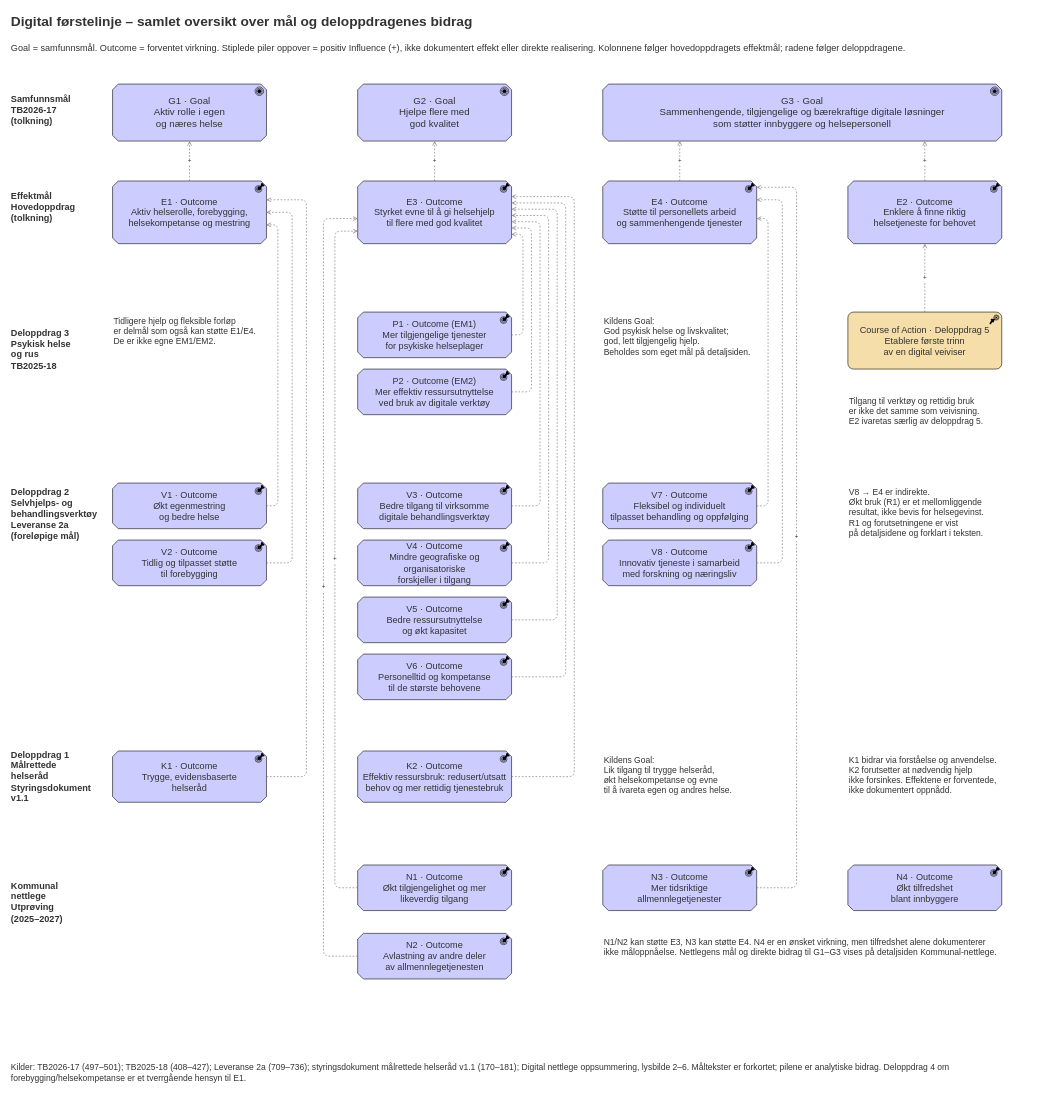
The draw.io diagram page "DF-samlet-oversikt" (1 of 6) of docs/interessent/malbilde-analyse.drawio in hdir/Digital-Forstelinje, before the edit. Source tidied: cells renumbered, new cells numbered last; positions are measured from the earlier drawing's top-left corner, leaving out a move shared by most shapes. Both pictures are drawn from the tidied source at 57%, with x=0, y=0 at pixel (10, 10).
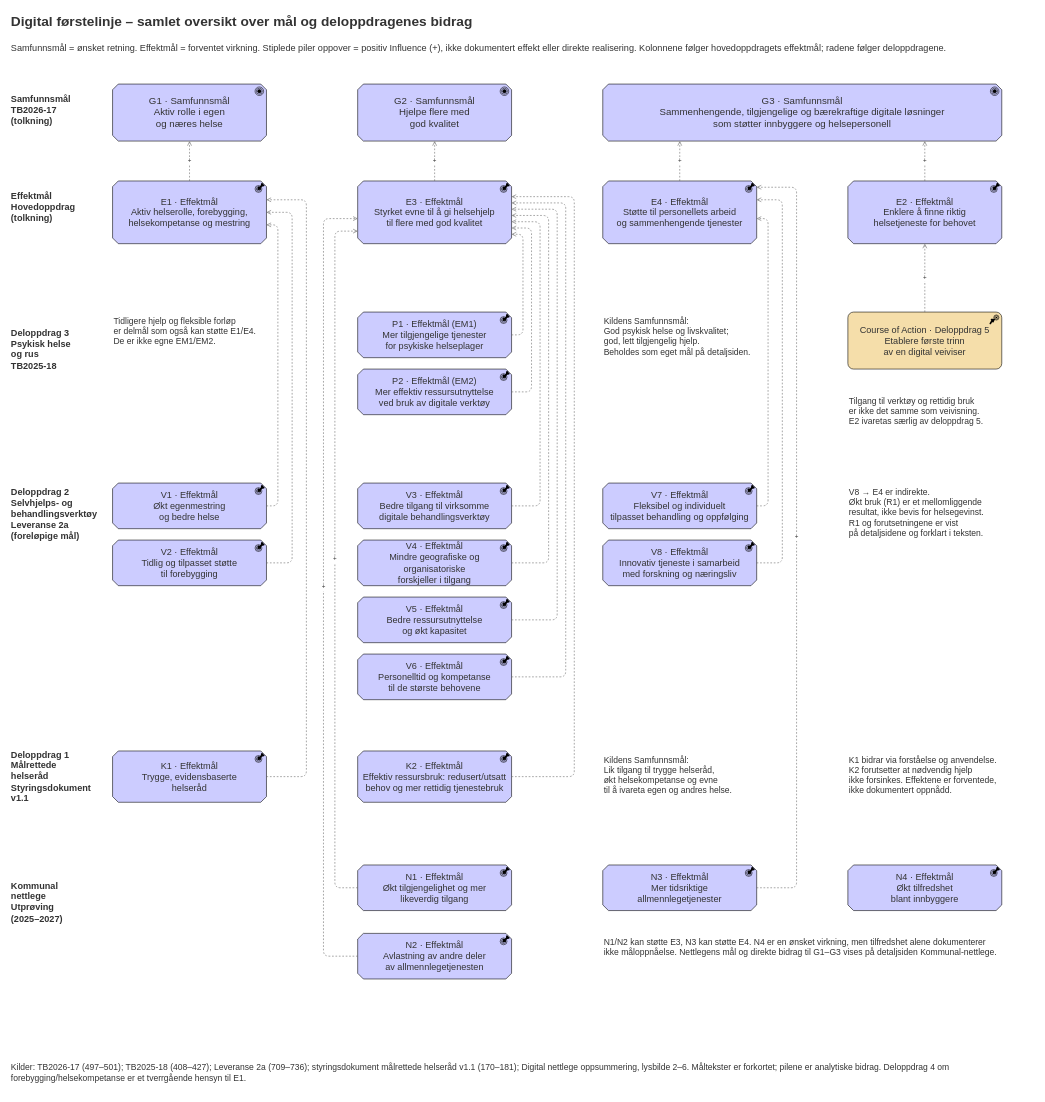
The same page after the edit.

Diff of the diagram source:
```diff
@@
-    <mxCell id="3" value="Goal = samfunnsmål. Outcome = forventet virkning. Stiplede piler oppover = positiv Influence (+), ikke dokumentert effekt eller direkte realisering. Kolonnene følger hovedoppdragets effektmål; radene følger deloppdragene." style="text;html=1;whiteSpace=wrap;align=left;fontSize=16;fontColor=#333333;" parent="1" vertex="1">
+    <mxCell id="3" value="Samfunnsmål = ønsket retning. Effektmål = forventet virkning. Stiplede piler oppover = positiv Influence (+), ikke dokumentert effekt eller direkte realisering. Kolonnene følger hovedoppdragets effektmål; radene følger deloppdragene." style="text;html=1;whiteSpace=wrap;align=left;fontSize=16;fontColor=#333333;" parent="1" vertex="1">
       <mxGeometry y="50" width="1800" height="60" as="geometry" />
     </mxCell>
@@
-    <mxCell id="5" value="G1 · Goal&lt;br&gt;Aktiv rolle i egen&lt;br&gt;og næres helse" style="html=1;whiteSpace=wrap;shape=mxgraph.archimate3.application;appType=goal;archiType=oct;fillColor=#CCCCFF;fontColor=#333333;fontSize=17;" parent="1" vertex="1">
+    <mxCell id="5" value="G1 · Samfunnsmål&lt;br&gt;Aktiv rolle i egen&lt;br&gt;og næres helse" style="html=1;whiteSpace=wrap;shape=mxgraph.archimate3.application;appType=goal;archiType=oct;fillColor=#CCCCFF;fontColor=#333333;fontSize=17;" parent="1" vertex="1">
       <mxGeometry x="180" y="130" width="270" height="100" as="geometry" />
     </mxCell>
-    <mxCell id="6" value="G2 · Goal&lt;br&gt;Hjelpe flere med&lt;br&gt;god kvalitet" style="html=1;whiteSpace=wrap;shape=mxgraph.archimate3.application;appType=goal;archiType=oct;fillColor=#CCCCFF;fontColor=#333333;fontSize=17;" parent="1" vertex="1">
+    <mxCell id="6" value="G2 · Samfunnsmål&lt;br&gt;Hjelpe flere med&lt;br&gt;god kvalitet" style="html=1;whiteSpace=wrap;shape=mxgraph.archimate3.application;appType=goal;archiType=oct;fillColor=#CCCCFF;fontColor=#333333;fontSize=17;" parent="1" vertex="1">
       <mxGeometry x="610" y="130" width="270" height="100" as="geometry" />
     </mxCell>
-    <mxCell id="7" value="G3 · Goal&lt;br&gt;Sammenhengende, tilgjengelige og bærekraftige digitale løsninger&lt;br&gt;som støtter innbyggere og helsepersonell" style="html=1;whiteSpace=wrap;shape=mxgraph.archimate3.application;appType=goal;archiType=oct;fillColor=#CCCCFF;fontColor=#333333;fontSize=17;" parent="1" vertex="1">
+    <mxCell id="7" value="G3 · Samfunnsmål&lt;br&gt;Sammenhengende, tilgjengelige og bærekraftige digitale løsninger&lt;br&gt;som støtter innbyggere og helsepersonell" style="html=1;whiteSpace=wrap;shape=mxgraph.archimate3.application;appType=goal;archiType=oct;fillColor=#CCCCFF;fontColor=#333333;fontSize=17;" parent="1" vertex="1">
       <mxGeometry x="1040" y="130" width="700" height="100" as="geometry" />
     </mxCell>
@@
-    <mxCell id="9" value="E1 · Outcome&lt;br&gt;Aktiv helserolle, forebygging,&lt;br&gt;helsekompetanse og mestring" style="html=1;whiteSpace=wrap;shape=mxgraph.archimate3.application;appType=outcome;archiType=oct;fillColor=#CCCCFF;fontColor=#333333;fontSize=16;" parent="1" vertex="1">
+    <mxCell id="9" value="E1 · Effektmål&lt;br&gt;Aktiv helserolle, forebygging,&lt;br&gt;helsekompetanse og mestring" style="html=1;whiteSpace=wrap;shape=mxgraph.archimate3.application;appType=outcome;archiType=oct;fillColor=#CCCCFF;fontColor=#333333;fontSize=16;" parent="1" vertex="1">
       <mxGeometry x="180" y="300" width="270" height="110" as="geometry" />
     </mxCell>
-    <mxCell id="10" value="E3 · Outcome&lt;br&gt;Styrket evne til å gi helsehjelp&lt;br&gt;til flere med god kvalitet" style="html=1;whiteSpace=wrap;shape=mxgraph.archimate3.application;appType=outcome;archiType=oct;fillColor=#CCCCFF;fontColor=#333333;fontSize=16;" parent="1" vertex="1">
+    <mxCell id="10" value="E3 · Effektmål&lt;br&gt;Styrket evne til å gi helsehjelp&lt;br&gt;til flere med god kvalitet" style="html=1;whiteSpace=wrap;shape=mxgraph.archimate3.application;appType=outcome;archiType=oct;fillColor=#CCCCFF;fontColor=#333333;fontSize=16;" parent="1" vertex="1">
       <mxGeometry x="610" y="300" width="270" height="110" as="geometry" />
     </mxCell>
-    <mxCell id="11" value="E4 · Outcome&lt;br&gt;Støtte til personellets arbeid&lt;br&gt;og sammenhengende tjenester" style="html=1;whiteSpace=wrap;shape=mxgraph.archimate3.application;appType=outcome;archiType=oct;fillColor=#CCCCFF;fontColor=#333333;fontSize=16;" parent="1" vertex="1">
+    <mxCell id="11" value="E4 · Effektmål&lt;br&gt;Støtte til personellets arbeid&lt;br&gt;og sammenhengende tjenester" style="html=1;whiteSpace=wrap;shape=mxgraph.archimate3.application;appType=outcome;archiType=oct;fillColor=#CCCCFF;fontColor=#333333;fontSize=16;" parent="1" vertex="1">
       <mxGeometry x="1040" y="300" width="270" height="110" as="geometry" />
     </mxCell>
-    <mxCell id="12" value="E2 · Outcome&lt;br&gt;Enklere å finne riktig&lt;br&gt;helsetjeneste for behovet" style="html=1;whiteSpace=wrap;shape=mxgraph.archimate3.application;appType=outcome;archiType=oct;fillColor=#CCCCFF;fontColor=#333333;fontSize=16;" parent="1" vertex="1">
+    <mxCell id="12" value="E2 · Effektmål&lt;br&gt;Enklere å finne riktig&lt;br&gt;helsetjeneste for behovet" style="html=1;whiteSpace=wrap;shape=mxgraph.archimate3.application;appType=outcome;archiType=oct;fillColor=#CCCCFF;fontColor=#333333;fontSize=16;" parent="1" vertex="1">
       <mxGeometry x="1470" y="300" width="270" height="110" as="geometry" />
     </mxCell>
@@
-    <mxCell id="14" value="P1 · Outcome (EM1)&lt;br&gt;Mer tilgjengelige tjenester&lt;br&gt;for psykiske helseplager" style="html=1;whiteSpace=wrap;shape=mxgraph.archimate3.application;appType=outcome;archiType=oct;fillColor=#CCCCFF;fontColor=#333333;fontSize=16;" parent="1" vertex="1">
+    <mxCell id="14" value="P1 · Effektmål (EM1)&lt;br&gt;Mer tilgjengelige tjenester&lt;br&gt;for psykiske helseplager" style="html=1;whiteSpace=wrap;shape=mxgraph.archimate3.application;appType=outcome;archiType=oct;fillColor=#CCCCFF;fontColor=#333333;fontSize=16;" parent="1" vertex="1">
       <mxGeometry x="610" y="530" width="270" height="80" as="geometry" />
     </mxCell>
-    <mxCell id="15" value="P2 · Outcome (EM2)&lt;br&gt;Mer effektiv ressursutnyttelse&lt;br&gt;ved bruk av digitale verktøy" style="html=1;whiteSpace=wrap;shape=mxgraph.archimate3.application;appType=outcome;archiType=oct;fillColor=#CCCCFF;fontColor=#333333;fontSize=16;" parent="1" vertex="1">
+    <mxCell id="15" value="P2 · Effektmål (EM2)&lt;br&gt;Mer effektiv ressursutnyttelse&lt;br&gt;ved bruk av digitale verktøy" style="html=1;whiteSpace=wrap;shape=mxgraph.archimate3.application;appType=outcome;archiType=oct;fillColor=#CCCCFF;fontColor=#333333;fontSize=16;" parent="1" vertex="1">
       <mxGeometry x="610" y="630" width="270" height="80" as="geometry" />
     </mxCell>
@@
-    <mxCell id="17" value="Kildens Goal:&lt;br&gt;God psykisk helse og livskvalitet;&lt;br&gt;god, lett tilgjengelig hjelp.&lt;br&gt;Beholdes som eget mål på detaljsiden." style="text;html=1;whiteSpace=wrap;align=left;fontSize=15;fontColor=#333333;" parent="1" vertex="1">
+    <mxCell id="17" value="Kildens Samfunnsmål:&lt;br&gt;God psykisk helse og livskvalitet;&lt;br&gt;god, lett tilgjengelig hjelp.&lt;br&gt;Beholdes som eget mål på detaljsiden." style="text;html=1;whiteSpace=wrap;align=left;fontSize=15;fontColor=#333333;" parent="1" vertex="1">
       <mxGeometry x="1040" y="530" width="270" height="140" as="geometry" />
     </mxCell>
@@
-    <mxCell id="21" value="V1 · Outcome&lt;br&gt;Økt egenmestring&lt;br&gt;og bedre helse" style="html=1;whiteSpace=wrap;shape=mxgraph.archimate3.application;appType=outcome;archiType=oct;fillColor=#CCCCFF;fontColor=#333333;fontSize=16;" parent="1" vertex="1">
+    <mxCell id="21" value="V1 · Effektmål&lt;br&gt;Økt egenmestring&lt;br&gt;og bedre helse" style="html=1;whiteSpace=wrap;shape=mxgraph.archimate3.application;appType=outcome;archiType=oct;fillColor=#CCCCFF;fontColor=#333333;fontSize=16;" parent="1" vertex="1">
       <mxGeometry x="180" y="830" width="270" height="80" as="geometry" />
     </mxCell>
-    <mxCell id="22" value="V2 · Outcome&lt;br&gt;Tidlig og tilpasset støtte&lt;br&gt;til forebygging" style="html=1;whiteSpace=wrap;shape=mxgraph.archimate3.application;appType=outcome;archiType=oct;fillColor=#CCCCFF;fontColor=#333333;fontSize=16;" parent="1" vertex="1">
+    <mxCell id="22" value="V2 · Effektmål&lt;br&gt;Tidlig og tilpasset støtte&lt;br&gt;til forebygging" style="html=1;whiteSpace=wrap;shape=mxgraph.archimate3.application;appType=outcome;archiType=oct;fillColor=#CCCCFF;fontColor=#333333;fontSize=16;" parent="1" vertex="1">
       <mxGeometry x="180" y="930" width="270" height="80" as="geometry" />
     </mxCell>
-    <mxCell id="23" value="V3 · Outcome&lt;br&gt;Bedre tilgang til virksomme&lt;br&gt;digitale behandlingsverktøy" style="html=1;whiteSpace=wrap;shape=mxgraph.archimate3.application;appType=outcome;archiType=oct;fillColor=#CCCCFF;fontColor=#333333;fontSize=16;" parent="1" vertex="1">
+    <mxCell id="23" value="V3 · Effektmål&lt;br&gt;Bedre tilgang til virksomme&lt;br&gt;digitale behandlingsverktøy" style="html=1;whiteSpace=wrap;shape=mxgraph.archimate3.application;appType=outcome;archiType=oct;fillColor=#CCCCFF;fontColor=#333333;fontSize=16;" parent="1" vertex="1">
       <mxGeometry x="610" y="830" width="270" height="80" as="geometry" />
     </mxCell>
-    <mxCell id="24" value="V4 · Outcome&lt;br&gt;Mindre geografiske og organisatoriske&lt;br&gt;forskjeller i tilgang" style="html=1;whiteSpace=wrap;shape=mxgraph.archimate3.application;appType=outcome;archiType=oct;fillColor=#CCCCFF;fontColor=#333333;fontSize=16;" parent="1" vertex="1">
+    <mxCell id="24" value="V4 · Effektmål&lt;br&gt;Mindre geografiske og organisatoriske&lt;br&gt;forskjeller i tilgang" style="html=1;whiteSpace=wrap;shape=mxgraph.archimate3.application;appType=outcome;archiType=oct;fillColor=#CCCCFF;fontColor=#333333;fontSize=16;" parent="1" vertex="1">
       <mxGeometry x="610" y="930" width="270" height="80" as="geometry" />
     </mxCell>
-    <mxCell id="25" value="V5 · Outcome&lt;br&gt;Bedre ressursutnyttelse&lt;br&gt;og økt kapasitet" style="html=1;whiteSpace=wrap;shape=mxgraph.archimate3.application;appType=outcome;archiType=oct;fillColor=#CCCCFF;fontColor=#333333;fontSize=16;" parent="1" vertex="1">
+    <mxCell id="25" value="V5 · Effektmål&lt;br&gt;Bedre ressursutnyttelse&lt;br&gt;og økt kapasitet" style="html=1;whiteSpace=wrap;shape=mxgraph.archimate3.application;appType=outcome;archiType=oct;fillColor=#CCCCFF;fontColor=#333333;fontSize=16;" parent="1" vertex="1">
       <mxGeometry x="610" y="1030" width="270" height="80" as="geometry" />
     </mxCell>
-    <mxCell id="26" value="V6 · Outcome&lt;br&gt;Personelltid og kompetanse&lt;br&gt;til de største behovene" style="html=1;whiteSpace=wrap;shape=mxgraph.archimate3.application;appType=outcome;archiType=oct;fillColor=#CCCCFF;fontColor=#333333;fontSize=16;" parent="1" vertex="1">
+    <mxCell id="26" value="V6 · Effektmål&lt;br&gt;Personelltid og kompetanse&lt;br&gt;til de største behovene" style="html=1;whiteSpace=wrap;shape=mxgraph.archimate3.application;appType=outcome;archiType=oct;fillColor=#CCCCFF;fontColor=#333333;fontSize=16;" parent="1" vertex="1">
       <mxGeometry x="610" y="1130" width="270" height="80" as="geometry" />
     </mxCell>
-    <mxCell id="27" value="V7 · Outcome&lt;br&gt;Fleksibel og individuelt&lt;br&gt;tilpasset behandling og oppfølging" style="html=1;whiteSpace=wrap;shape=mxgraph.archimate3.application;appType=outcome;archiType=oct;fillColor=#CCCCFF;fontColor=#333333;fontSize=16;" parent="1" vertex="1">
+    <mxCell id="27" value="V7 · Effektmål&lt;br&gt;Fleksibel og individuelt&lt;br&gt;tilpasset behandling og oppfølging" style="html=1;whiteSpace=wrap;shape=mxgraph.archimate3.application;appType=outcome;archiType=oct;fillColor=#CCCCFF;fontColor=#333333;fontSize=16;" parent="1" vertex="1">
       <mxGeometry x="1040" y="830" width="270" height="80" as="geometry" />
     </mxCell>
-    <mxCell id="28" value="V8 · Outcome&lt;br&gt;Innovativ tjeneste i samarbeid&lt;br&gt;med forskning og næringsliv" style="html=1;whiteSpace=wrap;shape=mxgraph.archimate3.application;appType=outcome;archiType=oct;fillColor=#CCCCFF;fontColor=#333333;fontSize=16;" parent="1" vertex="1">
+    <mxCell id="28" value="V8 · Effektmål&lt;br&gt;Innovativ tjeneste i samarbeid&lt;br&gt;med forskning og næringsliv" style="html=1;whiteSpace=wrap;shape=mxgraph.archimate3.application;appType=outcome;archiType=oct;fillColor=#CCCCFF;fontColor=#333333;fontSize=16;" parent="1" vertex="1">
       <mxGeometry x="1040" y="930" width="270" height="80" as="geometry" />
     </mxCell>
@@
-    <mxCell id="31" value="K1 · Outcome&lt;br&gt;Trygge, evidensbaserte&lt;br&gt;helseråd" style="html=1;whiteSpace=wrap;shape=mxgraph.archimate3.application;appType=outcome;archiType=oct;fillColor=#CCCCFF;fontColor=#333333;fontSize=16;" parent="1" vertex="1">
+    <mxCell id="31" value="K1 · Effektmål&lt;br&gt;Trygge, evidensbaserte&lt;br&gt;helseråd" style="html=1;whiteSpace=wrap;shape=mxgraph.archimate3.application;appType=outcome;archiType=oct;fillColor=#CCCCFF;fontColor=#333333;fontSize=16;" parent="1" vertex="1">
       <mxGeometry x="180" y="1300" width="270" height="90" as="geometry" />
     </mxCell>
-    <mxCell id="32" value="K2 · Outcome&lt;br&gt;Effektiv ressursbruk: redusert/utsatt&lt;br&gt;behov og mer rettidig tjenestebruk" style="html=1;whiteSpace=wrap;shape=mxgraph.archimate3.application;appType=outcome;archiType=oct;fillColor=#CCCCFF;fontColor=#333333;fontSize=16;" parent="1" vertex="1">
+    <mxCell id="32" value="K2 · Effektmål&lt;br&gt;Effektiv ressursbruk: redusert/utsatt&lt;br&gt;behov og mer rettidig tjenestebruk" style="html=1;whiteSpace=wrap;shape=mxgraph.archimate3.application;appType=outcome;archiType=oct;fillColor=#CCCCFF;fontColor=#333333;fontSize=16;" parent="1" vertex="1">
       <mxGeometry x="610" y="1300" width="270" height="90" as="geometry" />
     </mxCell>
-    <mxCell id="33" value="Kildens Goal:&lt;br&gt;Lik tilgang til trygge helseråd,&lt;br&gt;økt helsekompetanse og evne&lt;br&gt;til å ivareta egen og andres helse." style="text;html=1;whiteSpace=wrap;align=left;fontSize=15;fontColor=#333333;" parent="1" vertex="1">
+    <mxCell id="33" value="Kildens Samfunnsmål:&lt;br&gt;Lik tilgang til trygge helseråd,&lt;br&gt;økt helsekompetanse og evne&lt;br&gt;til å ivareta egen og andres helse." style="text;html=1;whiteSpace=wrap;align=left;fontSize=15;fontColor=#333333;" parent="1" vertex="1">
       <mxGeometry x="1040" y="1300" width="270" height="120" as="geometry" />
     </mxCell>
@@
-    <mxCell id="37" value="N1 · Outcome&lt;br&gt;Økt tilgjengelighet og mer&lt;br&gt;likeverdig tilgang" style="html=1;whiteSpace=wrap;shape=mxgraph.archimate3.application;appType=outcome;archiType=oct;fillColor=#CCCCFF;fontColor=#333333;fontSize=16;" parent="1" vertex="1">
+    <mxCell id="37" value="N1 · Effektmål&lt;br&gt;Økt tilgjengelighet og mer&lt;br&gt;likeverdig tilgang" style="html=1;whiteSpace=wrap;shape=mxgraph.archimate3.application;appType=outcome;archiType=oct;fillColor=#CCCCFF;fontColor=#333333;fontSize=16;" parent="1" vertex="1">
       <mxGeometry x="610" y="1500" width="270" height="80" as="geometry" />
     </mxCell>
-    <mxCell id="38" value="N2 · Outcome&lt;br&gt;Avlastning av andre deler&lt;br&gt;av allmennlegetjenesten" style="html=1;whiteSpace=wrap;shape=mxgraph.archimate3.application;appType=outcome;archiType=oct;fillColor=#CCCCFF;fontColor=#333333;fontSize=16;" parent="1" vertex="1">
+    <mxCell id="38" value="N2 · Effektmål&lt;br&gt;Avlastning av andre deler&lt;br&gt;av allmennlegetjenesten" style="html=1;whiteSpace=wrap;shape=mxgraph.archimate3.application;appType=outcome;archiType=oct;fillColor=#CCCCFF;fontColor=#333333;fontSize=16;" parent="1" vertex="1">
       <mxGeometry x="610" y="1620" width="270" height="80" as="geometry" />
     </mxCell>
-    <mxCell id="39" value="N3 · Outcome&lt;br&gt;Mer tidsriktige&lt;br&gt;allmennlegetjenester" style="html=1;whiteSpace=wrap;shape=mxgraph.archimate3.application;appType=outcome;archiType=oct;fillColor=#CCCCFF;fontColor=#333333;fontSize=16;" parent="1" vertex="1">
+    <mxCell id="39" value="N3 · Effektmål&lt;br&gt;Mer tidsriktige&lt;br&gt;allmennlegetjenester" style="html=1;whiteSpace=wrap;shape=mxgraph.archimate3.application;appType=outcome;archiType=oct;fillColor=#CCCCFF;fontColor=#333333;fontSize=16;" parent="1" vertex="1">
       <mxGeometry x="1040" y="1500" width="270" height="80" as="geometry" />
     </mxCell>
-    <mxCell id="40" value="N4 · Outcome&lt;br&gt;Økt tilfredshet&lt;br&gt;blant innbyggere" style="html=1;whiteSpace=wrap;shape=mxgraph.archimate3.application;appType=outcome;archiType=oct;fillColor=#CCCCFF;fontColor=#333333;fontSize=16;" parent="1" vertex="1">
+    <mxCell id="40" value="N4 · Effektmål&lt;br&gt;Økt tilfredshet&lt;br&gt;blant innbyggere" style="html=1;whiteSpace=wrap;shape=mxgraph.archimate3.application;appType=outcome;archiType=oct;fillColor=#CCCCFF;fontColor=#333333;fontSize=16;" parent="1" vertex="1">
       <mxGeometry x="1470" y="1500" width="270" height="80" as="geometry" />
     </mxCell>
```
